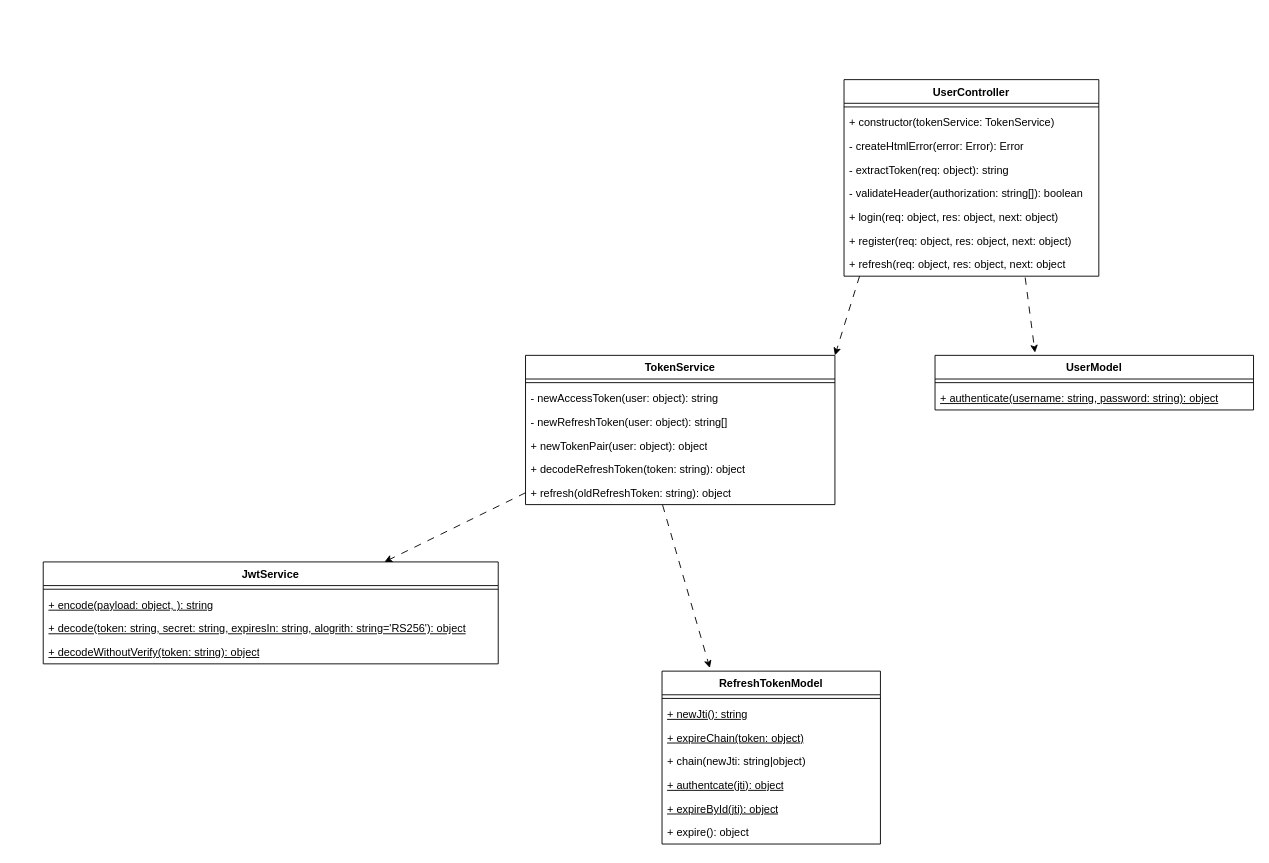
This is .readme/class_diagram.drawio from JuliaLind/1dv613-auth-server, a draw.io file, before an edit. Source tidied: cells renumbered, new cells numbered last; positions are measured from the earlier drawing's top-left corner, leaving out a move shared by most shapes. Both pictures are drawn from the tidied source at 91%, with x=0, y=0 at pixel (43, 79).
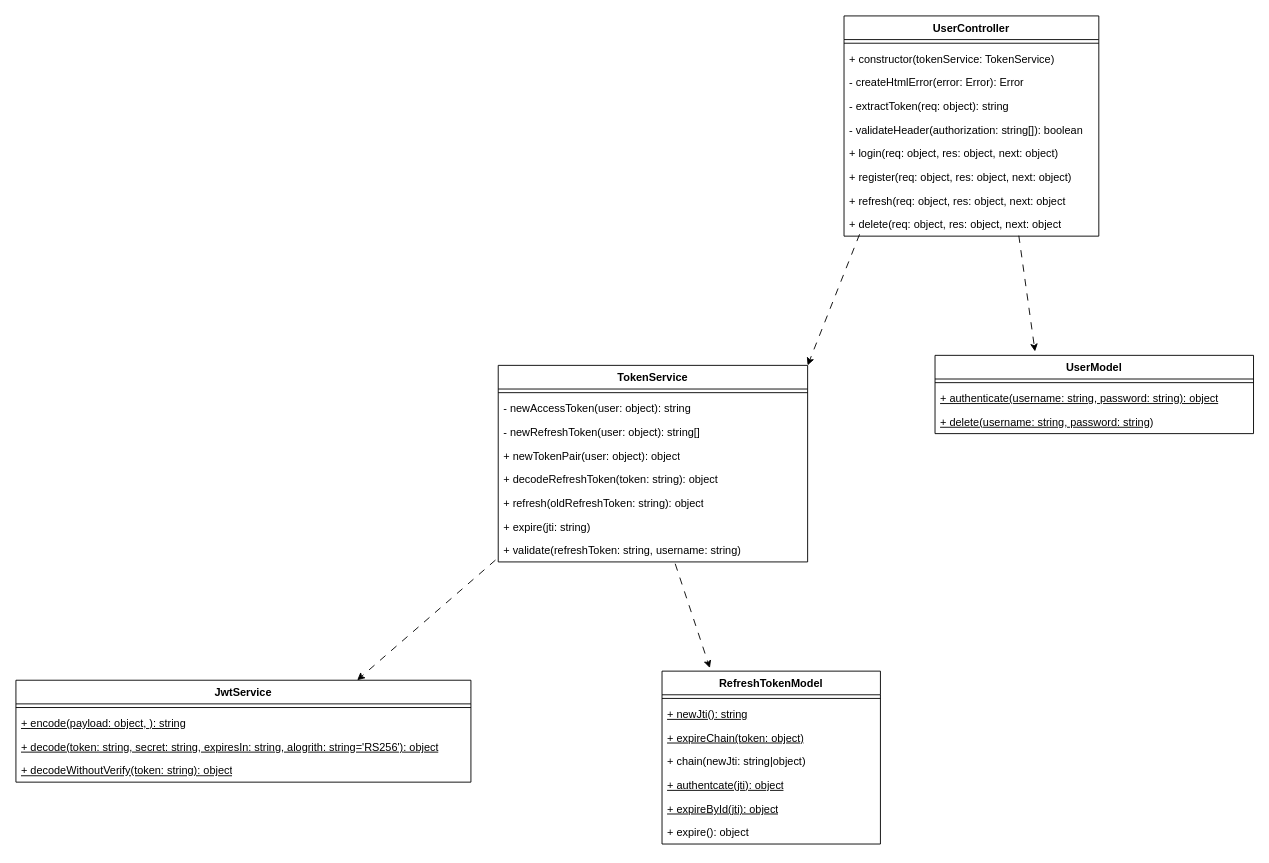
The same diagram, later.

Commit message (it also covers changes not shown here):
Update class diagram

The change refers to these unchanged cells:
```xml
<mxCell id="13" value="+ refresh(oldRefreshToken: string): object" style="text;strokeColor=none;fillColor=none;align=left;verticalAlign=top;spacingLeft=4;spacingRight=4;overflow=hidden;points=[[0,0.5],[1,0.5]];portConstraint=eastwest;whiteSpace=wrap;html=1;" parent="7" vertex="1">
  <mxGeometry y="138" width="340" height="26" as="geometry" />
</mxCell>
<mxCell id="18" value="RefreshTokenModel" style="swimlane;fontStyle=1;align=center;verticalAlign=top;horizontal=1;startSize=26;whiteSpace=wrap;html=1;" parent="1" vertex="1">
  <mxGeometry x="680" y="650" width="240" height="190" as="geometry" />
</mxCell>
<mxCell id="36" value="+ refresh(req: object, res: object, next: object" style="text;strokeColor=none;fillColor=none;align=left;verticalAlign=top;spacingLeft=4;spacingRight=4;overflow=hidden;points=[[0,0.5],[1,0.5]];portConstraint=eastwest;whiteSpace=wrap;html=1;" parent="28" vertex="1">
  <mxGeometry y="190" width="280" height="26" as="geometry" />
</mxCell>
```

Change to the diagram source:
```diff
@@
     <mxCell id="2" value="JwtService" style="swimlane;fontStyle=1;align=center;verticalAlign=top;horizontal=1;startSize=26;whiteSpace=wrap;html=1;" parent="1" vertex="1">
-      <mxGeometry y="530" width="500" height="112" as="geometry" />
+      <mxGeometry x="-30" y="660" width="500" height="112" as="geometry" />
     </mxCell>
@@
     <mxCell id="7" value="TokenService" style="swimlane;fontStyle=1;align=center;verticalAlign=top;horizontal=1;startSize=26;whiteSpace=wrap;html=1;" parent="1" vertex="1">
-      <mxGeometry x="530" y="303" width="340" height="164" as="geometry" />
+      <mxGeometry x="500" y="314" width="340" height="216" as="geometry" />
     </mxCell>
@@
+    <mxCell id="38" value="+ expire(jti: string)" style="text;strokeColor=none;fillColor=none;align=left;verticalAlign=top;spacingLeft=4;spacingRight=4;overflow=hidden;whiteSpace=wrap;html=1;" parent="7" vertex="1">
+      <mxGeometry y="164" width="340" height="26" as="geometry" />
+    </mxCell>
+    <mxCell id="39" value="+ validate(refreshToken: string, username: string)" style="text;strokeColor=none;fillColor=none;align=left;verticalAlign=top;spacingLeft=4;spacingRight=4;overflow=hidden;points=[[0,0.5],[1,0.5]];portConstraint=eastwest;whiteSpace=wrap;html=1;" parent="7" vertex="1">
+      <mxGeometry y="190" width="340" height="26" as="geometry" />
+    </mxCell>
-    <mxCell id="14" style="endArrow=classic;html=1;rounded=0;entryX=0.75;entryY=0;entryDx=0;entryDy=0;dashed=1;dashPattern=8 8;exitX=0;exitY=0.5;exitDx=0;exitDy=0;" parent="1" edge="1" source="13" target="2">
+    <mxCell id="14" style="endArrow=classic;html=1;rounded=0;entryX=0.75;entryY=0;entryDx=0;entryDy=0;dashed=1;dashPattern=8 8;exitX=-0.009;exitY=0.923;exitDx=0;exitDy=0;exitPerimeter=0;" parent="1" edge="1" source="39" target="2">
       <mxGeometry relative="1" as="geometry" />
     </mxCell>
     <mxCell id="15" value="UserModel" style="swimlane;fontStyle=1;align=center;verticalAlign=top;horizontal=1;startSize=26;whiteSpace=wrap;html=1;" parent="1" vertex="1">
-      <mxGeometry x="980" y="303" width="350" height="60" as="geometry" />
+      <mxGeometry x="980" y="303" width="350" height="86" as="geometry" />
     </mxCell>
@@
+    <mxCell id="40" value="+ delete(username: string, password: string)" style="text;strokeColor=none;fillColor=none;align=left;verticalAlign=top;spacingLeft=4;spacingRight=4;overflow=hidden;whiteSpace=wrap;html=1;fontStyle=4;" parent="15" vertex="1">
+      <mxGeometry y="60" width="350" height="26" as="geometry" />
+    </mxCell>
@@
-    <mxCell id="26" style="rounded=0;jettySize=auto;html=1;exitX=0.443;exitY=1.019;exitDx=0;exitDy=0;entryX=0.219;entryY=-0.018;entryDx=0;entryDy=0;entryPerimeter=0;dashed=1;dashPattern=8 8;exitPerimeter=0;" parent="1" edge="1" source="13" target="18">
+    <mxCell id="26" style="rounded=0;jettySize=auto;html=1;exitX=0.572;exitY=1.077;exitDx=0;exitDy=0;entryX=0.219;entryY=-0.018;entryDx=0;entryDy=0;entryPerimeter=0;dashed=1;dashPattern=8 8;exitPerimeter=0;" parent="1" edge="1" source="39" target="18">
       <mxGeometry relative="1" as="geometry" />
     </mxCell>
-    <mxCell id="27" style="rounded=0;jettySize=auto;html=1;entryX=0.314;entryY=-0.05;entryDx=0;entryDy=0;entryPerimeter=0;dashed=1;dashPattern=8 8;exitX=0.711;exitY=1.058;exitDx=0;exitDy=0;exitPerimeter=0;" parent="1" edge="1" source="36" target="15">
+    <mxCell id="27" style="rounded=0;jettySize=auto;html=1;entryX=0.314;entryY=-0.05;entryDx=0;entryDy=0;entryPerimeter=0;dashed=1;dashPattern=8 8;exitX=0.686;exitY=0.981;exitDx=0;exitDy=0;exitPerimeter=0;" parent="1" edge="1" source="41" target="15">
       <mxGeometry relative="1" as="geometry" />
     </mxCell>
     <mxCell id="28" value="UserController" style="swimlane;fontStyle=1;align=center;verticalAlign=top;horizontal=1;startSize=26;whiteSpace=wrap;html=1;" parent="1" vertex="1">
-      <mxGeometry x="880" width="280" height="216" as="geometry" />
+      <mxGeometry x="880" y="-70" width="280" height="242" as="geometry" />
     </mxCell>
@@
+    <mxCell id="41" value="+ delete(req: object, res: object, next: object" style="text;strokeColor=none;fillColor=none;align=left;verticalAlign=top;spacingLeft=4;spacingRight=4;overflow=hidden;points=[[0,0.5],[1,0.5]];portConstraint=eastwest;whiteSpace=wrap;html=1;" parent="28" vertex="1">
+      <mxGeometry y="216" width="280" height="26" as="geometry" />
+    </mxCell>
-    <mxCell id="37" style="rounded=0;jettySize=auto;html=1;exitX=0.061;exitY=1;exitDx=0;exitDy=0;entryX=1;entryY=0;entryDx=0;entryDy=0;dashed=1;dashPattern=8 8;exitPerimeter=0;" parent="1" edge="1" source="36" target="7">
+    <mxCell id="37" style="rounded=0;jettySize=auto;html=1;entryX=1;entryY=0;entryDx=0;entryDy=0;dashed=1;dashPattern=8 8;exitX=0.061;exitY=0.923;exitDx=0;exitDy=0;exitPerimeter=0;" parent="1" edge="1" source="41" target="7">
       <mxGeometry relative="1" as="geometry" />
     </mxCell>
```
